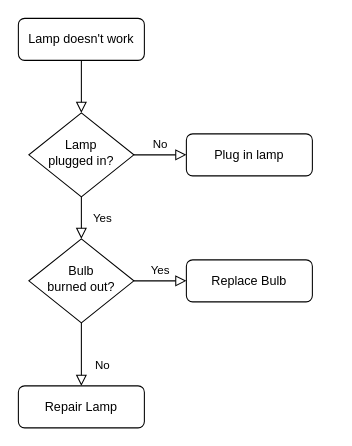
Before: 未命名绘图.drawio in BullLife/daw.io, a draw.io diagram. Source tidied: cells renumbered, new cells numbered last; positions are measured from the earlier drawing's top-left corner, leaving out a move shared by most shapes. Both pictures are drawn from the tidied source at 105%, with x=0, y=0 at pixel (18, 18).
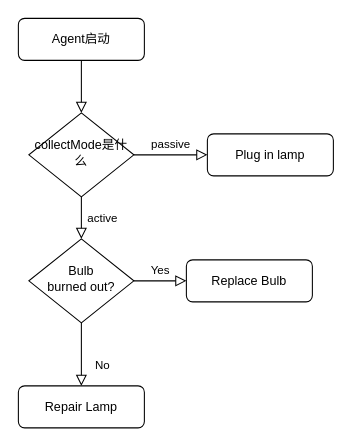
Above is the later version.

The edit, as a diff of the source:
```diff
@@
 <mxGraphModel>
   <root>
     <mxCell id="0" />
     <mxCell id="1" parent="0" />
     <mxCell id="2" style="rounded=0;html=1;jettySize=auto;fontSize=11;endArrow=block;endFill=0;endSize=8;strokeWidth=1;shadow=0;labelBackgroundColor=none;edgeStyle=orthogonalEdgeStyle;" parent="1" edge="1" source="3" target="6">
       <mxGeometry relative="1" as="geometry" />
     </mxCell>
-    <mxCell id="3" value="Lamp doesn't work" style="rounded=1;whiteSpace=wrap;html=1;fontSize=12;glass=0;strokeWidth=1;shadow=0;" parent="1" vertex="1">
+    <mxCell id="3" value="Agent启动&lt;br&gt;" style="rounded=1;whiteSpace=wrap;html=1;fontSize=12;glass=0;strokeWidth=1;shadow=0;" parent="1" vertex="1">
       <mxGeometry width="120" height="40" as="geometry" />
     </mxCell>
-    <mxCell id="4" value="Yes" style="rounded=0;html=1;jettySize=auto;fontSize=11;endArrow=block;endFill=0;endSize=8;strokeWidth=1;shadow=0;labelBackgroundColor=none;edgeStyle=orthogonalEdgeStyle;" parent="1" edge="1" source="6" target="10">
+    <mxCell id="4" value="active" style="rounded=0;html=1;jettySize=auto;fontSize=11;endArrow=block;endFill=0;endSize=8;strokeWidth=1;shadow=0;labelBackgroundColor=none;edgeStyle=orthogonalEdgeStyle;" parent="1" edge="1" source="6" target="10">
       <mxGeometry y="20" relative="1" as="geometry" />
     </mxCell>
-    <mxCell id="5" value="No" style="edgeStyle=orthogonalEdgeStyle;rounded=0;html=1;jettySize=auto;fontSize=11;endArrow=block;endFill=0;endSize=8;strokeWidth=1;shadow=0;labelBackgroundColor=none;" parent="1" edge="1" source="6" target="7">
+    <mxCell id="5" value="passive" style="edgeStyle=orthogonalEdgeStyle;rounded=0;html=1;jettySize=auto;fontSize=11;endArrow=block;endFill=0;endSize=8;strokeWidth=1;shadow=0;labelBackgroundColor=none;" parent="1" edge="1" source="6" target="7">
       <mxGeometry y="10" relative="1" as="geometry" />
     </mxCell>
-    <mxCell id="6" value="Lamp&lt;br&gt;plugged in?" style="rhombus;whiteSpace=wrap;html=1;shadow=0;fontFamily=Helvetica;fontSize=12;align=center;strokeWidth=1;spacing=6;spacingTop=-4;" parent="1" vertex="1">
+    <mxCell id="6" value="collectMode是什么" style="rhombus;whiteSpace=wrap;html=1;shadow=0;fontFamily=Helvetica;fontSize=12;align=center;strokeWidth=1;spacing=6;spacingTop=-4;" parent="1" vertex="1">
       <mxGeometry x="10" y="90" width="100" height="80" as="geometry" />
     </mxCell>
     <mxCell id="7" value="Plug in lamp" style="rounded=1;whiteSpace=wrap;html=1;fontSize=12;glass=0;strokeWidth=1;shadow=0;" parent="1" vertex="1">
-      <mxGeometry x="160" y="110" width="120" height="40" as="geometry" />
+      <mxGeometry x="180" y="110" width="120" height="40" as="geometry" />
     </mxCell>
     <mxCell id="8" value="No" style="rounded=0;html=1;jettySize=auto;fontSize=11;endArrow=block;endFill=0;endSize=8;strokeWidth=1;shadow=0;labelBackgroundColor=none;edgeStyle=orthogonalEdgeStyle;" parent="1" edge="1" source="10" target="11">
       <mxGeometry x="0.33" y="20" relative="1" as="geometry" />
     </mxCell>
     <mxCell id="9" value="Yes" style="edgeStyle=orthogonalEdgeStyle;rounded=0;html=1;jettySize=auto;fontSize=11;endArrow=block;endFill=0;endSize=8;strokeWidth=1;shadow=0;labelBackgroundColor=none;" parent="1" edge="1" source="10" target="12">
       <mxGeometry y="10" relative="1" as="geometry" />
     </mxCell>
     <mxCell id="10" value="Bulb&lt;br&gt;burned out?" style="rhombus;whiteSpace=wrap;html=1;shadow=0;fontFamily=Helvetica;fontSize=12;align=center;strokeWidth=1;spacing=6;spacingTop=-4;" parent="1" vertex="1">
       <mxGeometry x="10" y="210" width="100" height="80" as="geometry" />
     </mxCell>
     <mxCell id="11" value="Repair Lamp" style="rounded=1;whiteSpace=wrap;html=1;fontSize=12;glass=0;strokeWidth=1;shadow=0;" parent="1" vertex="1">
       <mxGeometry y="350" width="120" height="40" as="geometry" />
     </mxCell>
     <mxCell id="12" value="Replace Bulb" style="rounded=1;whiteSpace=wrap;html=1;fontSize=12;glass=0;strokeWidth=1;shadow=0;" parent="1" vertex="1">
       <mxGeometry x="160" y="230" width="120" height="40" as="geometry" />
     </mxCell>
   </root>
 </mxGraphModel>
```
